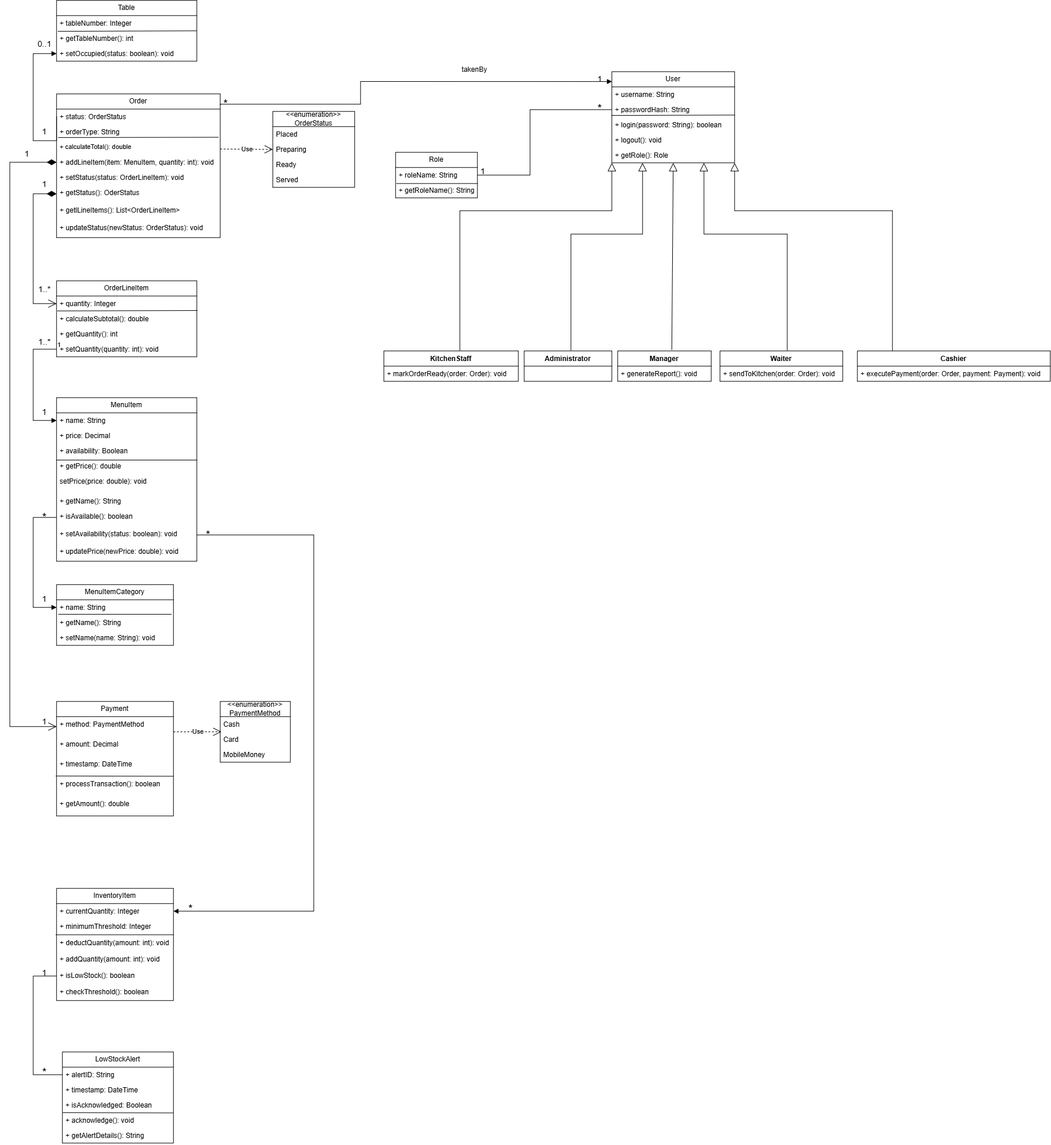
Above: ELABORATION PHASE/ITERATION 2/diagrams/cafe POS design class diagram.png in Gsiach/Cafe-POS-project (draw.io), before the change. Source tidied: cells renumbered, new cells last; positions are measured from the earlier drawing's top-left corner, leaving out a move shared by most shapes.
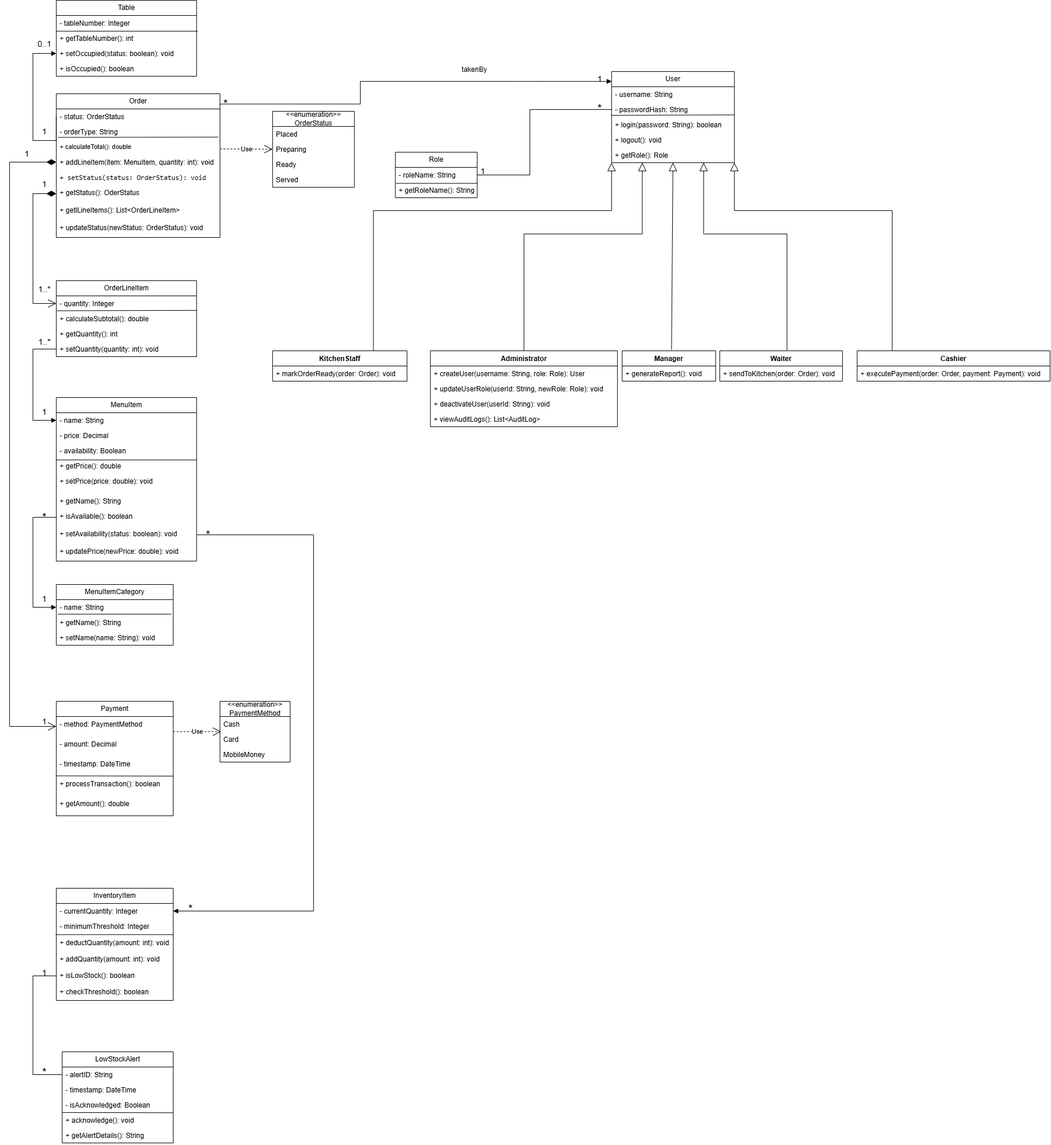
The same file after the commit.

Commit message:
Corrections in design class diagram(1)

What changed in the source:
```diff
@@ -7,9 +7,9 @@
     </mxCell>
-    <mxCell id="3" value="+ name: String" style="text;strokeColor=none;fillColor=none;align=left;verticalAlign=top;spacingLeft=4;spacingRight=4;overflow=hidden;points=[[0,0.5],[1,0.5]];portConstraint=eastwest;whiteSpace=wrap;html=1;" parent="2" vertex="1">
+    <mxCell id="3" value="- name: String" style="text;strokeColor=none;fillColor=none;align=left;verticalAlign=top;spacingLeft=4;spacingRight=4;overflow=hidden;points=[[0,0.5],[1,0.5]];portConstraint=eastwest;whiteSpace=wrap;html=1;" parent="2" vertex="1">
       <mxGeometry y="26" width="240" height="26" as="geometry" />
     </mxCell>
-    <mxCell id="4" value="+ price: Decimal" style="text;strokeColor=none;fillColor=none;align=left;verticalAlign=top;spacingLeft=4;spacingRight=4;overflow=hidden;whiteSpace=wrap;html=1;" parent="2" vertex="1">
+    <mxCell id="4" value="- price: Decimal" style="text;strokeColor=none;fillColor=none;align=left;verticalAlign=top;spacingLeft=4;spacingRight=4;overflow=hidden;whiteSpace=wrap;html=1;" parent="2" vertex="1">
       <mxGeometry y="52" width="240" height="26" as="geometry" />
     </mxCell>
-    <mxCell id="5" value="+ availability: Boolean" style="text;strokeColor=none;fillColor=none;align=left;verticalAlign=top;spacingLeft=4;spacingRight=4;overflow=hidden;whiteSpace=wrap;html=1;" parent="2" vertex="1">
+    <mxCell id="5" value="- availability: Boolean" style="text;strokeColor=none;fillColor=none;align=left;verticalAlign=top;spacingLeft=4;spacingRight=4;overflow=hidden;whiteSpace=wrap;html=1;" parent="2" vertex="1">
       <mxGeometry y="78" width="240" height="26" as="geometry" />
@@ -19,3 +19,3 @@
     </mxCell>
-    <mxCell id="7" value=" setPrice(price: double): void" style="text;strokeColor=none;fillColor=none;align=left;verticalAlign=top;spacingLeft=4;spacingRight=4;overflow=hidden;whiteSpace=wrap;html=1;" parent="2" vertex="1">
+    <mxCell id="7" value="+ setPrice(price: double): void" style="text;strokeColor=none;fillColor=none;align=left;verticalAlign=top;spacingLeft=4;spacingRight=4;overflow=hidden;whiteSpace=wrap;html=1;" parent="2" vertex="1">
       <mxGeometry y="130" width="240" height="34" as="geometry" />
@@ -42,3 +42,3 @@
     </mxCell>
-    <mxCell id="14" value="+ quantity: Integer" style="text;strokeColor=none;fillColor=none;align=left;verticalAlign=top;spacingLeft=4;spacingRight=4;overflow=hidden;points=[[0,0.5],[1,0.5]];portConstraint=eastwest;whiteSpace=wrap;html=1;" parent="13" vertex="1">
+    <mxCell id="14" value="- quantity: Integer" style="text;strokeColor=none;fillColor=none;align=left;verticalAlign=top;spacingLeft=4;spacingRight=4;overflow=hidden;points=[[0,0.5],[1,0.5]];portConstraint=eastwest;whiteSpace=wrap;html=1;" parent="13" vertex="1">
       <mxGeometry y="26" width="240" height="26" as="geometry" />
@@ -60,6 +60,6 @@
     </mxCell>
-    <mxCell id="20" value="+ status: OrderStatus" style="text;strokeColor=none;fillColor=none;align=left;verticalAlign=top;spacingLeft=4;spacingRight=4;overflow=hidden;points=[[0,0.5],[1,0.5]];portConstraint=eastwest;whiteSpace=wrap;html=1;" parent="19" vertex="1">
+    <mxCell id="20" value="- status: OrderStatus" style="text;strokeColor=none;fillColor=none;align=left;verticalAlign=top;spacingLeft=4;spacingRight=4;overflow=hidden;points=[[0,0.5],[1,0.5]];portConstraint=eastwest;whiteSpace=wrap;html=1;" parent="19" vertex="1">
       <mxGeometry y="26" width="280" height="26" as="geometry" />
     </mxCell>
-    <mxCell id="21" value="+ orderType: String" style="text;strokeColor=none;fillColor=none;align=left;verticalAlign=top;spacingLeft=4;spacingRight=4;overflow=hidden;points=[[0,0.5],[1,0.5]];portConstraint=eastwest;whiteSpace=wrap;html=1;" parent="19" vertex="1">
+    <mxCell id="21" value="- orderType: String" style="text;strokeColor=none;fillColor=none;align=left;verticalAlign=top;spacingLeft=4;spacingRight=4;overflow=hidden;points=[[0,0.5],[1,0.5]];portConstraint=eastwest;whiteSpace=wrap;html=1;" parent="19" vertex="1">
       <mxGeometry y="52" width="280" height="26" as="geometry" />
@@ -75,3 +75,3 @@
     </mxCell>
-    <mxCell id="25" value="&lt;font&gt;+ setStatus(status: OrderLineItem): void&lt;/font&gt;" style="text;strokeColor=none;fillColor=none;align=left;verticalAlign=top;spacingLeft=4;spacingRight=4;overflow=hidden;whiteSpace=wrap;html=1;" parent="19" vertex="1">
+    <mxCell id="25" value="&lt;code&gt;+ setStatus(status: OrderStatus): void&lt;/code&gt;" style="text;strokeColor=none;fillColor=none;align=left;verticalAlign=top;spacingLeft=4;spacingRight=4;overflow=hidden;whiteSpace=wrap;html=1;" parent="19" vertex="1">
       <mxGeometry y="130" width="280" height="26" as="geometry" />
@@ -88,5 +88,5 @@
     <mxCell id="29" value="Table" style="swimlane;fontStyle=0;horizontal=1;startSize=26;fillColor=none;whiteSpace=wrap;html=1;" parent="1" vertex="1">
-      <mxGeometry x="80" width="240" height="104" as="geometry" />
+      <mxGeometry x="80" width="240" height="130" as="geometry" />
     </mxCell>
-    <mxCell id="30" value="+ tableNumber: Integer" style="text;strokeColor=none;fillColor=none;align=left;verticalAlign=top;spacingLeft=4;spacingRight=4;overflow=hidden;points=[[0,0.5],[1,0.5]];portConstraint=eastwest;whiteSpace=wrap;html=1;" parent="29" vertex="1">
+    <mxCell id="30" value="- tableNumber: Integer" style="text;strokeColor=none;fillColor=none;align=left;verticalAlign=top;spacingLeft=4;spacingRight=4;overflow=hidden;points=[[0,0.5],[1,0.5]];portConstraint=eastwest;whiteSpace=wrap;html=1;" parent="29" vertex="1">
       <mxGeometry y="26" width="240" height="26" as="geometry" />
@@ -99,5 +99,11 @@
     </mxCell>
-    <mxCell id="33" style="endArrow=none;html=1;rounded=0;exitX=0.009;exitY=1.033;exitDx=0;exitDy=0;exitPerimeter=0;entryX=1;entryY=0.5;entryDx=0;entryDy=0;" parent="29" edge="1" source="30" target="29">
-      <mxGeometry relative="1" as="geometry" />
+    <mxCell id="33" style="endArrow=none;html=1;rounded=0;" parent="29" edge="1">
+      <mxGeometry relative="1" as="geometry">
+        <mxPoint y="52.9" as="sourcePoint" />
+        <mxPoint x="241.7" y="52.9" as="targetPoint" />
+      </mxGeometry>
     </mxCell>
+    <mxCell id="126" value="+ isOccupied(): boolean" style="text;strokeColor=none;fillColor=none;align=left;verticalAlign=top;spacingLeft=4;spacingRight=4;overflow=hidden;whiteSpace=wrap;html=1;" parent="29" vertex="1">
+      <mxGeometry y="104" width="240" height="26" as="geometry" />
+    </mxCell>
     <mxCell id="34" value="MenuItemCategory" style="swimlane;fontStyle=0;horizontal=1;startSize=26;fillColor=none;whiteSpace=wrap;html=1;" parent="1" vertex="1">
@@ -105,3 +111,3 @@
     </mxCell>
-    <mxCell id="35" value="+ name: String" style="text;strokeColor=none;fillColor=none;align=left;verticalAlign=top;spacingLeft=4;spacingRight=4;overflow=hidden;points=[[0,0.5],[1,0.5]];portConstraint=eastwest;whiteSpace=wrap;html=1;" parent="34" vertex="1">
+    <mxCell id="35" value="- name: String" style="text;strokeColor=none;fillColor=none;align=left;verticalAlign=top;spacingLeft=4;spacingRight=4;overflow=hidden;points=[[0,0.5],[1,0.5]];portConstraint=eastwest;whiteSpace=wrap;html=1;" parent="34" vertex="1">
       <mxGeometry y="26" width="200" height="26" as="geometry" />
@@ -120,6 +126,6 @@
     </mxCell>
-    <mxCell id="40" value="+ username: String" style="text;strokeColor=none;fillColor=none;align=left;verticalAlign=top;spacingLeft=4;spacingRight=4;overflow=hidden;whiteSpace=wrap;html=1;" parent="39" vertex="1">
+    <mxCell id="40" value="- username: String" style="text;strokeColor=none;fillColor=none;align=left;verticalAlign=top;spacingLeft=4;spacingRight=4;overflow=hidden;whiteSpace=wrap;html=1;" parent="39" vertex="1">
       <mxGeometry y="26" width="210" height="26" as="geometry" />
     </mxCell>
-    <mxCell id="41" value="+ passwordHash: String" style="text;strokeColor=none;fillColor=none;align=left;verticalAlign=top;spacingLeft=4;spacingRight=4;overflow=hidden;points=[[0,0.5],[1,0.5]];portConstraint=eastwest;whiteSpace=wrap;html=1;" parent="39" vertex="1">
+    <mxCell id="41" value="- passwordHash: String" style="text;strokeColor=none;fillColor=none;align=left;verticalAlign=top;spacingLeft=4;spacingRight=4;overflow=hidden;points=[[0,0.5],[1,0.5]];portConstraint=eastwest;whiteSpace=wrap;html=1;" parent="39" vertex="1">
       <mxGeometry y="52" width="210" height="26" as="geometry" />
@@ -138,3 +144,3 @@
     </mxCell>
-    <mxCell id="46" value="+ roleName: String" style="text;strokeColor=none;fillColor=none;align=left;verticalAlign=top;spacingLeft=4;spacingRight=4;overflow=hidden;whiteSpace=wrap;html=1;" parent="45" vertex="1">
+    <mxCell id="46" value="- roleName: String" style="text;strokeColor=none;fillColor=none;align=left;verticalAlign=top;spacingLeft=4;spacingRight=4;overflow=hidden;whiteSpace=wrap;html=1;" parent="45" vertex="1">
       <mxGeometry y="26" width="140" height="26" as="geometry" />
@@ -158,9 +164,9 @@
     </mxCell>
-    <mxCell id="51" value="+ method: PaymentMethod" style="text;strokeColor=none;fillColor=none;align=left;verticalAlign=top;spacingLeft=4;spacingRight=4;overflow=hidden;points=[[0,0.5],[1,0.5]];portConstraint=eastwest;whiteSpace=wrap;html=1;" parent="50" vertex="1">
+    <mxCell id="51" value="- method: PaymentMethod" style="text;strokeColor=none;fillColor=none;align=left;verticalAlign=top;spacingLeft=4;spacingRight=4;overflow=hidden;points=[[0,0.5],[1,0.5]];portConstraint=eastwest;whiteSpace=wrap;html=1;" parent="50" vertex="1">
       <mxGeometry y="26" width="200" height="34" as="geometry" />
     </mxCell>
-    <mxCell id="52" value="+ amount: Decimal" style="text;strokeColor=none;fillColor=none;align=left;verticalAlign=top;spacingLeft=4;spacingRight=4;overflow=hidden;whiteSpace=wrap;html=1;" parent="50" vertex="1">
+    <mxCell id="52" value="- amount: Decimal" style="text;strokeColor=none;fillColor=none;align=left;verticalAlign=top;spacingLeft=4;spacingRight=4;overflow=hidden;whiteSpace=wrap;html=1;" parent="50" vertex="1">
       <mxGeometry y="60" width="200" height="34" as="geometry" />
     </mxCell>
-    <mxCell id="53" value="+ timestamp: DateTime" style="text;strokeColor=none;fillColor=none;align=left;verticalAlign=top;spacingLeft=4;spacingRight=4;overflow=hidden;points=[[0,0.5],[1,0.5]];portConstraint=eastwest;whiteSpace=wrap;html=1;" parent="50" vertex="1">
+    <mxCell id="53" value="- timestamp: DateTime" style="text;strokeColor=none;fillColor=none;align=left;verticalAlign=top;spacingLeft=4;spacingRight=4;overflow=hidden;points=[[0,0.5],[1,0.5]];portConstraint=eastwest;whiteSpace=wrap;html=1;" parent="50" vertex="1">
       <mxGeometry y="94" width="200" height="34" as="geometry" />
@@ -179,9 +185,9 @@
     </mxCell>
-    <mxCell id="58" value="+ alertID: String" style="text;strokeColor=none;fillColor=none;align=left;verticalAlign=top;spacingLeft=4;spacingRight=4;overflow=hidden;whiteSpace=wrap;html=1;" parent="57" vertex="1">
+    <mxCell id="58" value="- alertID: String" style="text;strokeColor=none;fillColor=none;align=left;verticalAlign=top;spacingLeft=4;spacingRight=4;overflow=hidden;whiteSpace=wrap;html=1;" parent="57" vertex="1">
       <mxGeometry y="26" width="190" height="26" as="geometry" />
     </mxCell>
-    <mxCell id="59" value="+ timestamp: DateTime" style="text;strokeColor=none;fillColor=none;align=left;verticalAlign=top;spacingLeft=4;spacingRight=4;overflow=hidden;whiteSpace=wrap;html=1;" parent="57" vertex="1">
+    <mxCell id="59" value="- timestamp: DateTime" style="text;strokeColor=none;fillColor=none;align=left;verticalAlign=top;spacingLeft=4;spacingRight=4;overflow=hidden;whiteSpace=wrap;html=1;" parent="57" vertex="1">
       <mxGeometry y="52" width="190" height="26" as="geometry" />
     </mxCell>
-    <mxCell id="60" value="+ isAcknowledged: Boolean" style="text;strokeColor=none;fillColor=none;align=left;verticalAlign=top;spacingLeft=4;spacingRight=4;overflow=hidden;points=[[0,0.5],[1,0.5]];portConstraint=eastwest;whiteSpace=wrap;html=1;" parent="57" vertex="1">
+    <mxCell id="60" value="- isAcknowledged: Boolean" style="text;strokeColor=none;fillColor=none;align=left;verticalAlign=top;spacingLeft=4;spacingRight=4;overflow=hidden;points=[[0,0.5],[1,0.5]];portConstraint=eastwest;whiteSpace=wrap;html=1;" parent="57" vertex="1">
       <mxGeometry y="78" width="190" height="26" as="geometry" />
@@ -200,6 +206,6 @@
     </mxCell>
-    <mxCell id="65" value="+ currentQuantity: Integer" style="text;strokeColor=none;fillColor=none;align=left;verticalAlign=top;spacingLeft=4;spacingRight=4;overflow=hidden;points=[[0,0.5],[1,0.5]];portConstraint=eastwest;whiteSpace=wrap;html=1;" parent="64" vertex="1">
+    <mxCell id="65" value="- currentQuantity: Integer" style="text;strokeColor=none;fillColor=none;align=left;verticalAlign=top;spacingLeft=4;spacingRight=4;overflow=hidden;points=[[0,0.5],[1,0.5]];portConstraint=eastwest;whiteSpace=wrap;html=1;" parent="64" vertex="1">
       <mxGeometry y="26" width="200" height="26" as="geometry" />
     </mxCell>
-    <mxCell id="66" value="+ minimumThreshold: Integer" style="text;strokeColor=none;fillColor=none;align=left;verticalAlign=top;spacingLeft=4;spacingRight=4;overflow=hidden;points=[[0,0.5],[1,0.5]];portConstraint=eastwest;whiteSpace=wrap;html=1;" parent="64" vertex="1">
+    <mxCell id="66" value="- minimumThreshold: Integer" style="text;strokeColor=none;fillColor=none;align=left;verticalAlign=top;spacingLeft=4;spacingRight=4;overflow=hidden;points=[[0,0.5],[1,0.5]];portConstraint=eastwest;whiteSpace=wrap;html=1;" parent="64" vertex="1">
       <mxGeometry y="52" width="200" height="28" as="geometry" />
@@ -253,7 +259,6 @@
     </mxCell>
-    <mxCell id="82" style="endArrow=block;endSize=12;endFill=0;html=1;rounded=0;entryX=0;entryY=1;entryDx=0;entryDy=0;startSize=6;exitX=0.5;exitY=0;exitDx=0;exitDy=0;" parent="1" edge="1" target="39">
+    <mxCell id="82" style="endArrow=block;endSize=12;endFill=0;html=1;rounded=0;entryX=0;entryY=1;entryDx=0;entryDy=0;startSize=6;exitX=0.75;exitY=0;exitDx=0;exitDy=0;" parent="1" edge="1" source="89" target="39">
       <mxGeometry relative="1" as="geometry">
-        <mxPoint x="770" y="599" as="sourcePoint" />
         <Array as="points">
-          <mxPoint x="770" y="360" />
+          <mxPoint x="622.5" y="360" />
           <mxPoint x="1030" y="360" />
@@ -265,7 +270,6 @@
     </mxCell>
-    <mxCell id="84" style="endArrow=block;endSize=12;endFill=0;html=1;rounded=0;entryX=0.25;entryY=1;entryDx=0;entryDy=0;startSize=6;exitX=0.5;exitY=0;exitDx=0;exitDy=0;" parent="1" edge="1" target="39">
+    <mxCell id="84" style="endArrow=block;endSize=12;endFill=0;html=1;rounded=0;entryX=0.25;entryY=1;entryDx=0;entryDy=0;startSize=6;exitX=0.5;exitY=0;exitDx=0;exitDy=0;" parent="1" edge="1" source="97" target="39">
       <mxGeometry relative="1" as="geometry">
-        <mxPoint x="960" y="599" as="sourcePoint" />
         <Array as="points">
-          <mxPoint x="960" y="400" />
+          <mxPoint x="880" y="400" />
           <mxPoint x="1082.5" y="400" />
@@ -303,3 +307,3 @@
     <mxCell id="89" value="KitchenStaff" style="swimlane;fontStyle=1;align=center;verticalAlign=top;horizontal=1;startSize=26;whiteSpace=wrap;html=1;" parent="1" vertex="1">
-      <mxGeometry x="640" y="600" width="230" height="52" as="geometry" />
+      <mxGeometry x="450" y="600" width="230" height="52" as="geometry" />
     </mxCell>
@@ -309,3 +313,3 @@
     <mxCell id="91" value="Manager" style="swimlane;fontStyle=1;align=center;verticalAlign=top;horizontal=1;startSize=26;whiteSpace=wrap;html=1;" parent="1" vertex="1">
-      <mxGeometry x="1040" y="600" width="160" height="52" as="geometry" />
+      <mxGeometry x="1048" y="600" width="160" height="52" as="geometry" />
     </mxCell>
@@ -326,5 +330,2 @@
     </mxCell>
-    <mxCell id="97" value="Administrator" style="swimlane;fontStyle=1;align=center;verticalAlign=top;horizontal=1;startSize=26;whiteSpace=wrap;html=1;" parent="1" vertex="1">
-      <mxGeometry x="880" y="600" width="150" height="52" as="geometry" />
-    </mxCell>
     <mxCell id="98" style="endArrow=open;html=1;endSize=12;startArrow=diamondThin;startSize=14;startFill=1;edgeStyle=orthogonalEdgeStyle;align=left;verticalAlign=bottom;rounded=0;entryX=0;entryY=0.5;entryDx=0;entryDy=0;exitX=0;exitY=0.5;exitDx=0;exitDy=0;" parent="1" edge="1" source="26" target="14">
@@ -345,5 +346,2 @@
     </mxCell>
-    <mxCell id="100" value="1" style="edgeLabel;html=1;align=left;verticalAlign=bottom;" parent="99" vertex="1">
-      <mxGeometry x="-1" relative="1" as="geometry" />
-    </mxCell>
     <mxCell id="101" style="endArrow=block;endFill=1;html=1;edgeStyle=orthogonalEdgeStyle;align=left;verticalAlign=top;rounded=0;entryX=0;entryY=0.5;entryDx=0;entryDy=0;" parent="1" edge="1" source="9" target="35">
@@ -457,2 +455,17 @@
     </mxCell>
+    <mxCell id="97" value="Administrator" style="swimlane;fontStyle=1;align=center;verticalAlign=top;horizontal=1;startSize=26;whiteSpace=wrap;html=1;" parent="1" vertex="1">
+      <mxGeometry x="720" y="600" width="320" height="130" as="geometry" />
+    </mxCell>
+    <mxCell id="127" value="+ createUser(username: String, role: Role): User" style="text;strokeColor=none;fillColor=none;align=left;verticalAlign=top;spacingLeft=4;spacingRight=4;overflow=hidden;whiteSpace=wrap;html=1;" parent="97" vertex="1">
+      <mxGeometry y="26" width="320" height="26" as="geometry" />
+    </mxCell>
+    <mxCell id="128" value="+ updateUserRole(userId: String, newRole: Role): void" style="text;strokeColor=none;fillColor=none;align=left;verticalAlign=top;spacingLeft=4;spacingRight=4;overflow=hidden;whiteSpace=wrap;html=1;" parent="97" vertex="1">
+      <mxGeometry y="52" width="320" height="26" as="geometry" />
+    </mxCell>
+    <mxCell id="129" value="+ deactivateUser(userId: String): void" style="text;strokeColor=none;fillColor=none;align=left;verticalAlign=top;spacingLeft=4;spacingRight=4;overflow=hidden;whiteSpace=wrap;html=1;" parent="97" vertex="1">
+      <mxGeometry y="78" width="320" height="26" as="geometry" />
+    </mxCell>
+    <mxCell id="130" value="+ viewAuditLogs(): List&amp;lt;AuditLog&amp;gt;" style="text;strokeColor=none;fillColor=none;align=left;verticalAlign=top;spacingLeft=4;spacingRight=4;overflow=hidden;whiteSpace=wrap;html=1;" parent="97" vertex="1">
+      <mxGeometry y="104" width="320" height="26" as="geometry" />
+    </mxCell>
   </root>
```
